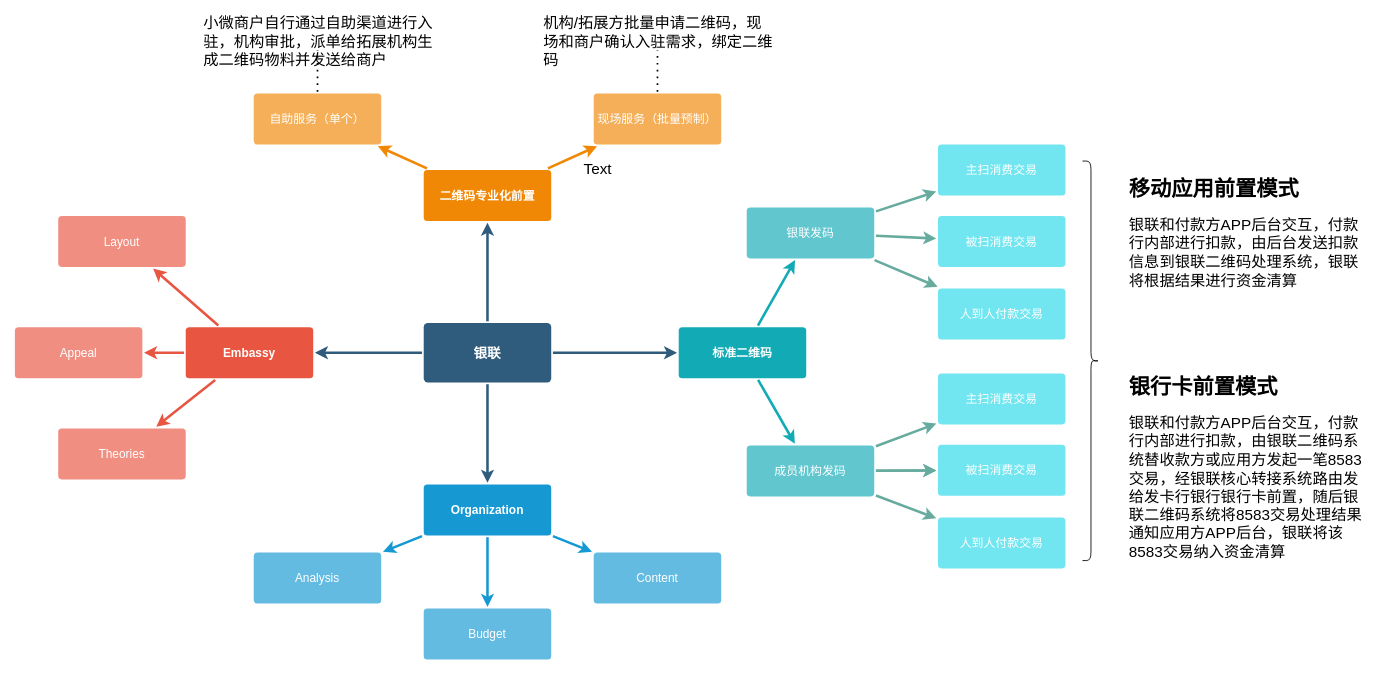
Earlier version of the draw.io diagram Untitled Diagram.drawio (xyz-lyjoe/draw). Source tidied: cells renumbered, new cells numbered last; positions are measured from the earlier drawing's top-left corner, leaving out a move shared by most shapes. Both pictures are drawn from the tidied source at 85%, with x=0, y=0 at pixel (14, 33).
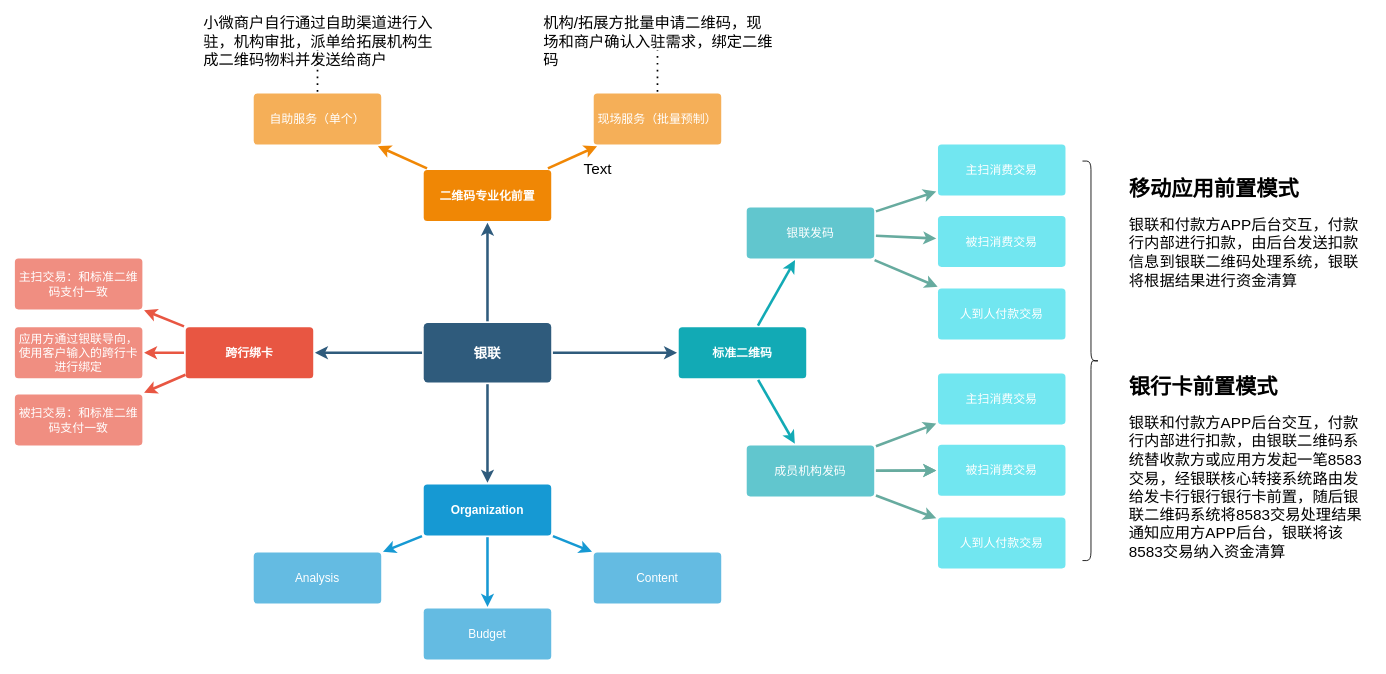
After the change.

What changed in the source:
```diff
@@
-    <mxCell id="7" style="edgeStyle=none;rounded=1;jumpStyle=none;html=1;shadow=0;labelBackgroundColor=none;startArrow=none;startFill=0;jettySize=auto;strokeColor=#E85642;strokeWidth=3;fontFamily=Helvetica;fontSize=14;fontColor=#FFFFFF;spacing=5;fontStyle=1;fillColor=#b0e3e6;" parent="1" edge="1" source="10" target="13">
-      <mxGeometry relative="1" as="geometry" />
-    </mxCell>
@@
-    <mxCell id="9" style="edgeStyle=none;rounded=1;jumpStyle=none;html=1;shadow=0;labelBackgroundColor=none;startArrow=none;startFill=0;jettySize=auto;strokeColor=#E85642;strokeWidth=3;fontFamily=Helvetica;fontSize=14;fontColor=#FFFFFF;spacing=5;fontStyle=1;fillColor=#b0e3e6;" parent="1" edge="1" source="10" target="11">
-      <mxGeometry relative="1" as="geometry" />
-    </mxCell>
-    <mxCell id="10" value="Embassy" style="rounded=1;whiteSpace=wrap;html=1;shadow=0;labelBackgroundColor=none;strokeColor=none;strokeWidth=3;fillColor=#e85642;fontFamily=Helvetica;fontSize=14;fontColor=#FFFFFF;align=center;spacing=5;fontStyle=1;arcSize=7;perimeterSpacing=2;" parent="1" vertex="1">
+    <mxCell id="10" value="跨行绑卡" style="rounded=1;whiteSpace=wrap;html=1;shadow=0;labelBackgroundColor=none;strokeColor=none;strokeWidth=3;fillColor=#e85642;fontFamily=Helvetica;fontSize=14;fontColor=#FFFFFF;align=center;spacing=5;fontStyle=1;arcSize=7;perimeterSpacing=2;" parent="1" vertex="1">
       <mxGeometry x="201" y="345.5" width="150" height="60" as="geometry" />
     </mxCell>
-    <mxCell id="11" value="Theories" style="rounded=1;whiteSpace=wrap;html=1;shadow=0;labelBackgroundColor=none;strokeColor=none;strokeWidth=3;fillColor=#f08e81;fontFamily=Helvetica;fontSize=14;fontColor=#FFFFFF;align=center;spacing=5;fontStyle=0;arcSize=7;perimeterSpacing=2;" parent="1" vertex="1">
-      <mxGeometry x="51" y="464.5" width="150" height="60" as="geometry" />
-    </mxCell>
-    <mxCell id="12" value="Appeal" style="rounded=1;whiteSpace=wrap;html=1;shadow=0;labelBackgroundColor=none;strokeColor=none;strokeWidth=3;fillColor=#f08e81;fontFamily=Helvetica;fontSize=14;fontColor=#FFFFFF;align=center;spacing=5;fontStyle=0;arcSize=7;perimeterSpacing=2;" parent="1" vertex="1">
-      <mxGeometry y="345.5" width="150" height="60" as="geometry" />
+    <mxCell id="12" value="主扫交易：和标准二维码支付一致" style="rounded=1;whiteSpace=wrap;html=1;shadow=0;labelBackgroundColor=none;strokeColor=none;strokeWidth=3;fillColor=#f08e81;fontFamily=Helvetica;fontSize=14;fontColor=#FFFFFF;align=center;spacing=5;fontStyle=0;arcSize=7;perimeterSpacing=2;" parent="1" vertex="1">
+      <mxGeometry y="264.5" width="150" height="60" as="geometry" />
     </mxCell>
-    <mxCell id="13" value="Layout" style="rounded=1;whiteSpace=wrap;html=1;shadow=0;labelBackgroundColor=none;strokeColor=none;strokeWidth=3;fillColor=#f08e81;fontFamily=Helvetica;fontSize=14;fontColor=#FFFFFF;align=center;spacing=5;fontStyle=0;arcSize=7;perimeterSpacing=2;" parent="1" vertex="1">
-      <mxGeometry x="51" y="214.5" width="150" height="60" as="geometry" />
-    </mxCell>
@@
+    <mxCell id="52" value="应用方通过银联导向，使用客户输入的跨行卡进行绑定" style="rounded=1;whiteSpace=wrap;html=1;shadow=0;labelBackgroundColor=none;strokeColor=none;strokeWidth=3;fillColor=#f08e81;fontFamily=Helvetica;fontSize=14;fontColor=#FFFFFF;align=center;spacing=5;fontStyle=0;arcSize=7;perimeterSpacing=2;" parent="1" vertex="1">
+      <mxGeometry y="345.5" width="150" height="60" as="geometry" />
+    </mxCell>
+    <mxCell id="53" value="被扫交易：和标准二维码支付一致" style="rounded=1;whiteSpace=wrap;html=1;shadow=0;labelBackgroundColor=none;strokeColor=none;strokeWidth=3;fillColor=#f08e81;fontFamily=Helvetica;fontSize=14;fontColor=#FFFFFF;align=center;spacing=5;fontStyle=0;arcSize=7;perimeterSpacing=2;" parent="1" vertex="1">
+      <mxGeometry y="424.5" width="150" height="60" as="geometry" />
+    </mxCell>
+    <mxCell id="54" style="edgeStyle=none;rounded=1;jumpStyle=none;html=1;shadow=0;labelBackgroundColor=none;startArrow=none;startFill=0;jettySize=auto;strokeColor=#E85642;strokeWidth=3;fontFamily=Helvetica;fontSize=14;fontColor=#FFFFFF;spacing=5;fontStyle=1;fillColor=#b0e3e6;exitX=0;exitY=0.5;exitDx=0;exitDy=0;entryX=1;entryY=0.5;entryDx=0;entryDy=0;" parent="1" edge="1" source="10" target="52">
+      <mxGeometry relative="1" as="geometry" />
+    </mxCell>
+    <mxCell id="55" style="edgeStyle=none;rounded=1;jumpStyle=none;html=1;shadow=0;labelBackgroundColor=none;startArrow=none;startFill=0;jettySize=auto;strokeColor=#E85642;strokeWidth=3;fontFamily=Helvetica;fontSize=14;fontColor=#FFFFFF;spacing=5;fontStyle=1;fillColor=#b0e3e6;exitX=0.011;exitY=0.904;exitDx=0;exitDy=0;entryX=1;entryY=0;entryDx=0;entryDy=0;exitPerimeter=0;" parent="1" edge="1" source="10" target="53">
+      <mxGeometry relative="1" as="geometry" />
+    </mxCell>
```
